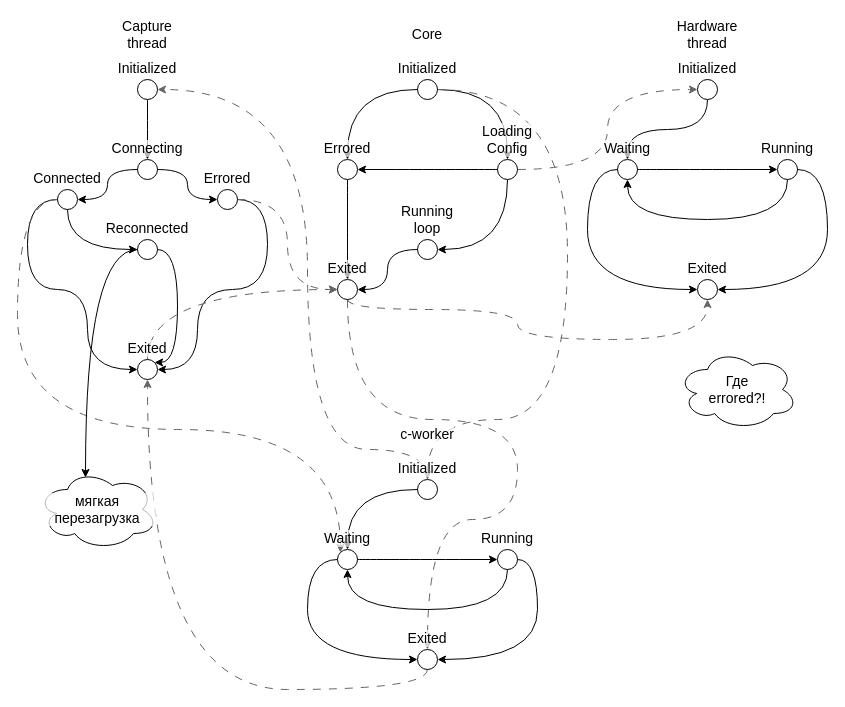
The draw.io diagram docs/hierarchical_state_machine.drawio in sanlexandro/shinombra, before the edit. Source tidied: cells renumbered, new cells numbered last; positions are measured from the earlier drawing's top-left corner, leaving out a move shared by most shapes. Both pictures are drawn from the tidied source at 100%, with x=0, y=0 at pixel (17, 19).
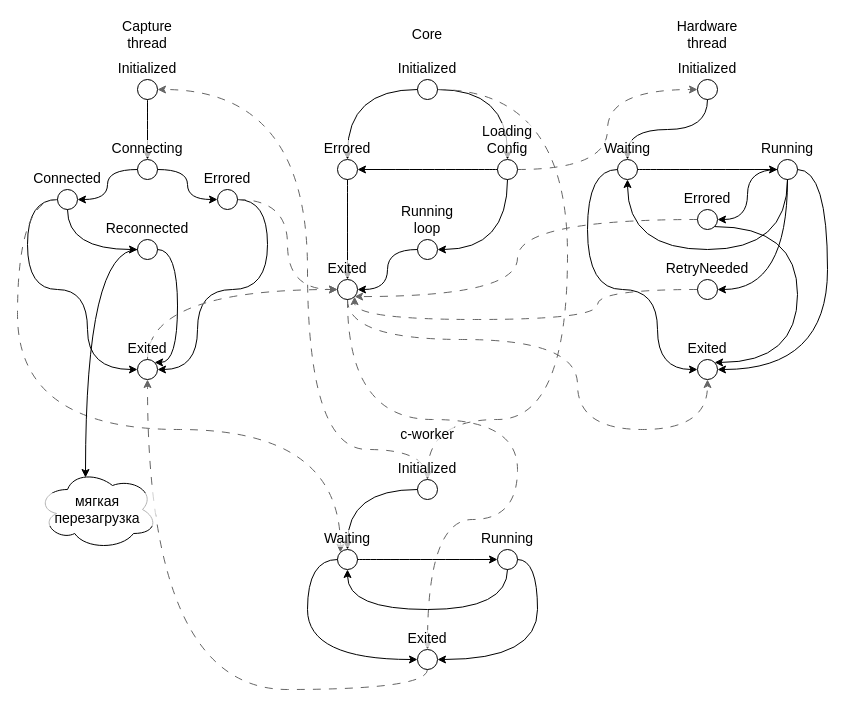
Above is the later version.

Commit message (it also covers changes not shown here):
feat(hardware_output): add handler docs: update diagram

The change refers to these unchanged cells:
```xml
<mxCell id="36" value="Waiting" style="ellipse;whiteSpace=wrap;html=1;fillColor=none;labelPosition=center;verticalLabelPosition=top;align=center;verticalAlign=bottom;fontFamily=JetBrains Mono;fontSize=14;labelBackgroundColor=#FFFFFFB3;" parent="1" vertex="1">
  <mxGeometry x="600" y="140" width="20" height="20" as="geometry" />
</mxCell>
<mxCell id="39" value="Running" style="ellipse;whiteSpace=wrap;html=1;fillColor=none;labelPosition=center;verticalLabelPosition=top;align=center;verticalAlign=bottom;fontFamily=JetBrains Mono;fontSize=14;labelBackgroundColor=#FFFFFFB3;" parent="1" vertex="1">
  <mxGeometry x="760" y="140" width="20" height="20" as="geometry" />
</mxCell>
<mxCell id="59" value="Exited" style="ellipse;whiteSpace=wrap;html=1;fillColor=none;labelPosition=center;verticalLabelPosition=top;align=center;verticalAlign=bottom;fontFamily=JetBrains Mono;fontSize=14;labelBackgroundColor=#FFFFFFB3;" parent="1" vertex="1">
  <mxGeometry x="320" y="260" width="20" height="20" as="geometry" />
</mxCell>
```

The edit, as a diff of the source:
```diff
@@
     <mxCell id="12" style="edgeStyle=orthogonalEdgeStyle;shape=connector;curved=1;rounded=0;jettySize=auto;html=1;entryX=0.5;entryY=1;entryDx=0;entryDy=0;dashed=1;dashPattern=8 8;strokeColor=#666666;align=center;verticalAlign=middle;fontFamily=JetBrains Mono;fontSize=14;fontColor=default;labelBackgroundColor=#FFFFFFB3;endArrow=classic;exitX=0.5;exitY=1;exitDx=0;exitDy=0;" parent="1" edge="1" source="59" target="40">
       <mxGeometry relative="1" as="geometry">
         <Array as="points">
-          <mxPoint x="330" y="290" />
-          <mxPoint x="500" y="290" />
-          <mxPoint x="500" y="320" />
-          <mxPoint x="690" y="320" />
+          <mxPoint x="330" y="320" />
+          <mxPoint x="560" y="320" />
+          <mxPoint x="560" y="410" />
+          <mxPoint x="690" y="410" />
         </Array>
       </mxGeometry>
     </mxCell>
@@
+    <mxCell id="35" style="edgeStyle=orthogonalEdgeStyle;shape=connector;curved=1;rounded=0;jettySize=auto;html=1;entryX=0;entryY=0.5;entryDx=0;entryDy=0;strokeColor=default;align=center;verticalAlign=middle;fontFamily=JetBrains Mono;fontSize=14;fontColor=default;labelBackgroundColor=#FFFFFFB3;endArrow=classic;" parent="1" edge="1" source="36" target="40">
+      <mxGeometry relative="1" as="geometry">
+        <Array as="points">
+          <mxPoint x="570" y="150" />
+          <mxPoint x="570" y="270" />
+          <mxPoint x="640" y="270" />
+          <mxPoint x="640" y="350" />
+        </Array>
+      </mxGeometry>
+    </mxCell>
@@
-    <mxCell id="35" style="edgeStyle=orthogonalEdgeStyle;shape=connector;curved=1;rounded=0;jettySize=auto;html=1;entryX=0;entryY=0.5;entryDx=0;entryDy=0;strokeColor=default;align=center;verticalAlign=middle;fontFamily=JetBrains Mono;fontSize=14;fontColor=default;labelBackgroundColor=#FFFFFFB3;endArrow=classic;" parent="1" edge="1" source="36" target="40">
-      <mxGeometry relative="1" as="geometry">
-        <Array as="points">
-          <mxPoint x="570" y="150" />
-          <mxPoint x="570" y="270" />
-        </Array>
-      </mxGeometry>
-    </mxCell>
@@
+    <mxCell id="38" style="edgeStyle=orthogonalEdgeStyle;shape=connector;curved=1;rounded=0;jettySize=auto;html=1;entryX=1;entryY=0.5;entryDx=0;entryDy=0;strokeColor=default;align=center;verticalAlign=middle;fontFamily=JetBrains Mono;fontSize=14;fontColor=default;labelBackgroundColor=#FFFFFFB3;endArrow=classic;" parent="1" edge="1" source="39" target="40">
+      <mxGeometry relative="1" as="geometry">
+        <Array as="points">
+          <mxPoint x="810" y="150" />
+          <mxPoint x="810" y="350" />
+        </Array>
+      </mxGeometry>
+    </mxCell>
+    <mxCell id="60" style="edgeStyle=orthogonalEdgeStyle;shape=connector;curved=1;rounded=0;jettySize=auto;html=1;entryX=1;entryY=0.5;entryDx=0;entryDy=0;strokeColor=default;align=center;verticalAlign=middle;fontFamily=JetBrains Mono;fontSize=14;fontColor=default;labelBackgroundColor=#FFFFFFB3;endArrow=classic;" parent="1" edge="1" source="39" target="64">
+      <mxGeometry relative="1" as="geometry" />
+    </mxCell>
     <mxCell id="37" style="edgeStyle=orthogonalEdgeStyle;shape=connector;curved=1;rounded=0;jettySize=auto;html=1;entryX=0.5;entryY=1;entryDx=0;entryDy=0;strokeColor=default;align=center;verticalAlign=middle;fontFamily=JetBrains Mono;fontSize=14;fontColor=default;labelBackgroundColor=#FFFFFFB3;endArrow=classic;exitX=0.5;exitY=1;exitDx=0;exitDy=0;" parent="1" edge="1" source="39" target="36">
       <mxGeometry relative="1" as="geometry">
         <Array as="points">
-          <mxPoint x="770" y="200" />
-          <mxPoint x="610" y="200" />
+          <mxPoint x="770" y="230" />
+          <mxPoint x="610" y="230" />
         </Array>
       </mxGeometry>
     </mxCell>
-    <mxCell id="38" style="edgeStyle=orthogonalEdgeStyle;shape=connector;curved=1;rounded=0;jettySize=auto;html=1;entryX=1;entryY=0.5;entryDx=0;entryDy=0;strokeColor=default;align=center;verticalAlign=middle;fontFamily=JetBrains Mono;fontSize=14;fontColor=default;labelBackgroundColor=#FFFFFFB3;endArrow=classic;" parent="1" edge="1" source="39" target="40">
-      <mxGeometry relative="1" as="geometry">
-        <Array as="points">
-          <mxPoint x="810" y="150" />
-          <mxPoint x="810" y="270" />
-        </Array>
-      </mxGeometry>
-    </mxCell>
+    <mxCell id="61" style="edgeStyle=orthogonalEdgeStyle;shape=connector;curved=1;rounded=0;jettySize=auto;html=1;entryX=1;entryY=0.5;entryDx=0;entryDy=0;strokeColor=default;align=center;verticalAlign=middle;fontFamily=JetBrains Mono;fontSize=14;fontColor=default;labelBackgroundColor=#FFFFFFB3;endArrow=classic;exitX=0.5;exitY=1;exitDx=0;exitDy=0;" parent="1" edge="1" source="39" target="66">
+      <mxGeometry relative="1" as="geometry" />
+    </mxCell>
@@
     <mxCell id="40" value="Exited" style="ellipse;whiteSpace=wrap;html=1;fillColor=none;labelPosition=center;verticalLabelPosition=top;align=center;verticalAlign=bottom;fontFamily=JetBrains Mono;fontSize=14;labelBackgroundColor=#FFFFFFB3;" parent="1" vertex="1">
-      <mxGeometry x="680" y="260" width="20" height="20" as="geometry" />
+      <mxGeometry x="680" y="340" width="20" height="20" as="geometry" />
     </mxCell>
@@
-    <mxCell id="58" value="Где&lt;div&gt;errored?!&lt;/div&gt;" style="ellipse;shape=cloud;whiteSpace=wrap;html=1;rounded=0;align=center;verticalAlign=middle;fontFamily=JetBrains Mono;fontSize=14;fontColor=default;labelBackgroundColor=#FFFFFFB3;fillColor=none;gradientColor=none;" parent="1" vertex="1">
-      <mxGeometry x="660" y="330" width="120" height="80" as="geometry" />
-    </mxCell>
@@
+    <mxCell id="62" style="edgeStyle=orthogonalEdgeStyle;shape=connector;curved=1;rounded=0;jettySize=auto;html=1;strokeColor=default;align=center;verticalAlign=middle;fontFamily=JetBrains Mono;fontSize=14;fontColor=default;labelBackgroundColor=#FFFFFFB3;endArrow=classic;entryX=1;entryY=0;entryDx=0;entryDy=0;exitX=1;exitY=1;exitDx=0;exitDy=0;" parent="1" edge="1" source="64" target="40">
+      <mxGeometry relative="1" as="geometry">
+        <Array as="points">
+          <mxPoint x="780" y="207" />
+          <mxPoint x="780" y="343" />
+        </Array>
+      </mxGeometry>
+    </mxCell>
+    <mxCell id="63" style="edgeStyle=orthogonalEdgeStyle;shape=connector;curved=1;rounded=0;jettySize=auto;html=1;entryX=1;entryY=1;entryDx=0;entryDy=0;dashed=1;dashPattern=8 8;strokeColor=#666666;align=center;verticalAlign=middle;fontFamily=JetBrains Mono;fontSize=14;fontColor=default;labelBackgroundColor=#FFFFFFB3;endArrow=classic;exitX=0;exitY=0.5;exitDx=0;exitDy=0;" parent="1" edge="1" source="64" target="59">
+      <mxGeometry relative="1" as="geometry">
+        <Array as="points">
+          <mxPoint x="500" y="200" />
+          <mxPoint x="500" y="277" />
+        </Array>
+      </mxGeometry>
+    </mxCell>
+    <mxCell id="64" value="Errored" style="ellipse;whiteSpace=wrap;html=1;fillColor=none;labelPosition=center;verticalLabelPosition=top;align=center;verticalAlign=bottom;fontFamily=JetBrains Mono;fontSize=14;labelBackgroundColor=#FFFFFFB3;" parent="1" vertex="1">
+      <mxGeometry x="680" y="190" width="20" height="20" as="geometry" />
+    </mxCell>
+    <mxCell id="65" style="edgeStyle=orthogonalEdgeStyle;shape=connector;curved=1;rounded=0;jettySize=auto;html=1;entryX=1;entryY=1;entryDx=0;entryDy=0;dashed=1;dashPattern=8 8;strokeColor=#666666;align=center;verticalAlign=middle;fontFamily=JetBrains Mono;fontSize=14;fontColor=default;labelBackgroundColor=#FFFFFFB3;endArrow=classic;" parent="1" edge="1" source="66" target="59">
+      <mxGeometry relative="1" as="geometry">
+        <Array as="points">
+          <mxPoint x="580" y="270" />
+          <mxPoint x="580" y="300" />
+          <mxPoint x="337" y="300" />
+        </Array>
+      </mxGeometry>
+    </mxCell>
+    <mxCell id="66" value="RetryNeeded" style="ellipse;whiteSpace=wrap;html=1;fillColor=none;labelPosition=center;verticalLabelPosition=top;align=center;verticalAlign=bottom;fontFamily=JetBrains Mono;fontSize=14;labelBackgroundColor=#FFFFFFB3;" parent="1" vertex="1">
+      <mxGeometry x="680" y="260" width="20" height="20" as="geometry" />
+    </mxCell>
```
